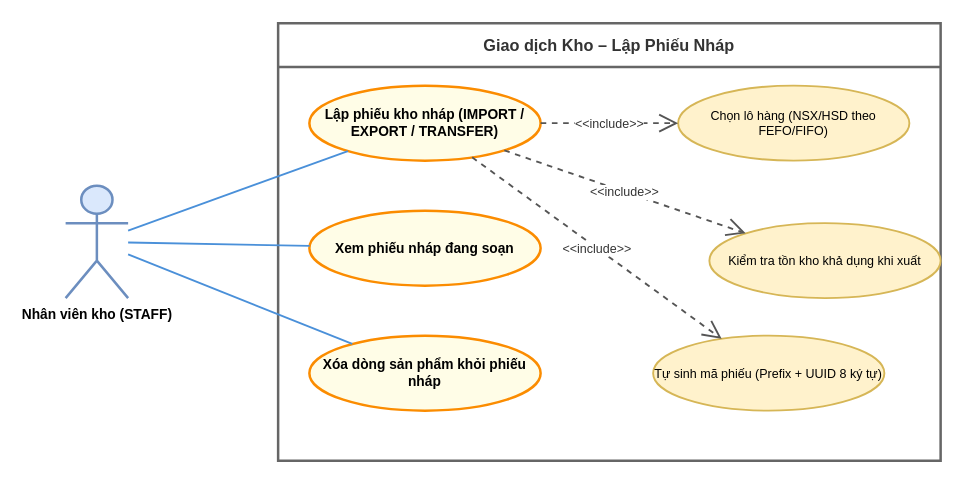
Before: UseCase/STAFF/04_lap_phieu_kho.drawio in Nghiatv2006/KhoHang, a draw.io diagram. Source tidied: cells renumbered, new cells numbered last; positions are measured from the earlier drawing's top-left corner, leaving out a move shared by most shapes. Both pictures are drawn from the tidied source at 125%, with x=0, y=0 at pixel (65, 22).
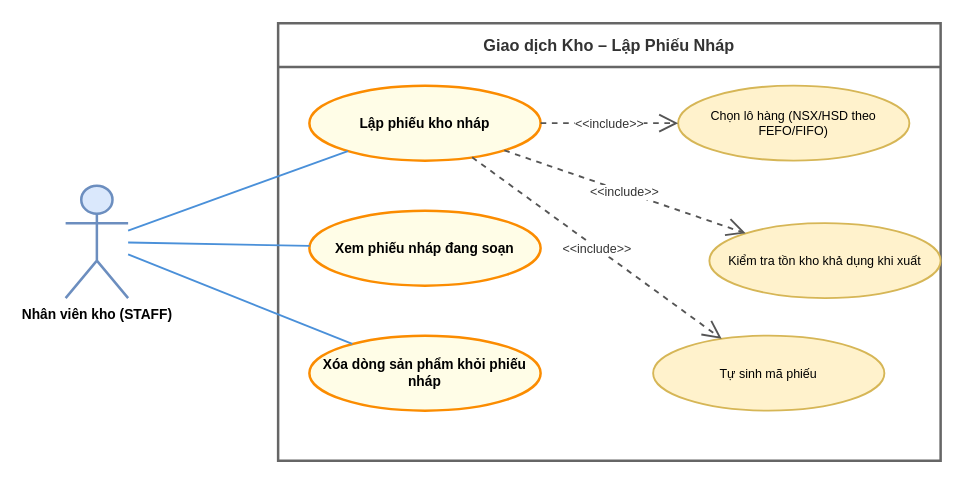
The same page after the edit.

What changed in the source:
```diff
@@
 <mxGraphModel>
   <root>
     <mxCell id="0" />
     <mxCell id="1" parent="0" />
     <mxCell id="2" value="Giao dịch Kho – Lập Phiếu Nháp" style="swimlane;startSize=35;whiteSpace=wrap;html=1;fontStyle=1;fontSize=13;                    fillColor=#f5f5f5;strokeColor=#666666;strokeWidth=2;fontColor=#333333;align=center;" parent="1" vertex="1">
       <mxGeometry x="170" width="530" height="350" as="geometry" />
     </mxCell>
     <mxCell id="3" value="Kiểm tra tồn kho khả dụng khi xuất" style="ellipse;whiteSpace=wrap;html=1;fillColor=#fff2cc;strokeColor=#d6b656;strokeWidth=1.5;fontSize=10;align=center;" parent="2" vertex="1">
       <mxGeometry x="345" y="160" width="185" height="60" as="geometry" />
     </mxCell>
-    <mxCell id="4" value="Tự sinh mã phiếu (Prefix + UUID 8 ký tự)" style="ellipse;whiteSpace=wrap;html=1;fillColor=#fff2cc;strokeColor=#d6b656;strokeWidth=1.5;fontSize=10;align=center;" parent="2" vertex="1">
+    <mxCell id="4" value="Tự sinh mã phiếu" style="ellipse;whiteSpace=wrap;html=1;fillColor=#fff2cc;strokeColor=#d6b656;strokeWidth=1.5;fontSize=10;align=center;" parent="2" vertex="1">
       <mxGeometry x="300" y="250" width="185" height="60" as="geometry" />
     </mxCell>
     <mxCell id="5" value="Chọn lô hàng (NSX/HSD theo FEFO/FIFO)" style="ellipse;whiteSpace=wrap;html=1;fillColor=#fff2cc;strokeColor=#d6b656;strokeWidth=1.5;fontSize=10;align=center;" parent="2" vertex="1">
       <mxGeometry x="320" y="50" width="185" height="60" as="geometry" />
     </mxCell>
     <mxCell id="6" value="Nhân viên kho (STAFF)" style="shape=umlActor;verticalLabelPosition=bottom;verticalAlign=top;html=1;                    outlineConnect=0;fillColor=#dae8fc;strokeColor=#6c8ebf;strokeWidth=2;                    fontColor=#1a1a1a;fontStyle=1;fontSize=11;" parent="1" vertex="1">
       <mxGeometry y="130" width="50" height="90" as="geometry" />
     </mxCell>
-    <mxCell id="7" value="Lập phiếu kho nháp (IMPORT / EXPORT / TRANSFER)" style="ellipse;whiteSpace=wrap;html=1;fillColor=#fffde7;strokeColor=#fb8c00;strokeWidth=2;fontStyle=1;fontSize=11;align=center;" parent="1" vertex="1">
+    <mxCell id="7" value="Lập phiếu kho nháp" style="ellipse;whiteSpace=wrap;html=1;fillColor=#fffde7;strokeColor=#fb8c00;strokeWidth=2;fontStyle=1;fontSize=11;align=center;" parent="1" vertex="1">
       <mxGeometry x="195" y="50" width="185" height="60" as="geometry" />
     </mxCell>
     <mxCell id="8" value="Xem phiếu nháp đang soạn" style="ellipse;whiteSpace=wrap;html=1;fillColor=#fffde7;strokeColor=#fb8c00;strokeWidth=2;fontStyle=1;fontSize=11;align=center;" parent="1" vertex="1">
       <mxGeometry x="195" y="150" width="185" height="60" as="geometry" />
     </mxCell>
     <mxCell id="9" value="Xóa dòng sản phẩm khỏi phiếu nháp" style="ellipse;whiteSpace=wrap;html=1;fillColor=#fffde7;strokeColor=#fb8c00;strokeWidth=2;fontStyle=1;fontSize=11;align=center;" parent="1" vertex="1">
       <mxGeometry x="195" y="250" width="185" height="60" as="geometry" />
     </mxCell>
     <mxCell id="10" style="endArrow=none;html=1;rounded=0;strokeColor=#4a90d9;strokeWidth=1.5;" parent="1" edge="1" source="6" target="7">
       <mxGeometry relative="1" as="geometry" />
     </mxCell>
     <mxCell id="11" style="endArrow=none;html=1;rounded=0;strokeColor=#4a90d9;strokeWidth=1.5;" parent="1" edge="1" source="6" target="8">
       <mxGeometry relative="1" as="geometry" />
     </mxCell>
     <mxCell id="12" style="endArrow=none;html=1;rounded=0;strokeColor=#4a90d9;strokeWidth=1.5;" parent="1" edge="1" source="6" target="9">
       <mxGeometry relative="1" as="geometry" />
     </mxCell>
     <mxCell id="13" value="&amp;lt;&amp;lt;include&amp;gt;&amp;gt;" style="endArrow=open;endSize=12;dashed=1;html=1;rounded=0;strokeColor=#555555;strokeWidth=1.5;labelBackgroundColor=#ffffff;fontColor=#333333;fontSize=10;align=center;" parent="1" edge="1" source="7" target="5">
       <mxGeometry relative="1" as="geometry" />
     </mxCell>
     <mxCell id="14" value="&amp;lt;&amp;lt;include&amp;gt;&amp;gt;" style="endArrow=open;endSize=12;dashed=1;html=1;rounded=0;strokeColor=#555555;strokeWidth=1.5;labelBackgroundColor=#ffffff;fontColor=#333333;fontSize=10;align=center;" parent="1" edge="1" source="7" target="3">
       <mxGeometry relative="1" as="geometry" />
     </mxCell>
     <mxCell id="15" value="&amp;lt;&amp;lt;include&amp;gt;&amp;gt;" style="endArrow=open;endSize=12;dashed=1;html=1;rounded=0;strokeColor=#555555;strokeWidth=1.5;labelBackgroundColor=#ffffff;fontColor=#333333;fontSize=10;align=center;" parent="1" edge="1" source="7" target="4">
       <mxGeometry relative="1" as="geometry" />
     </mxCell>
   </root>
 </mxGraphModel>
```
